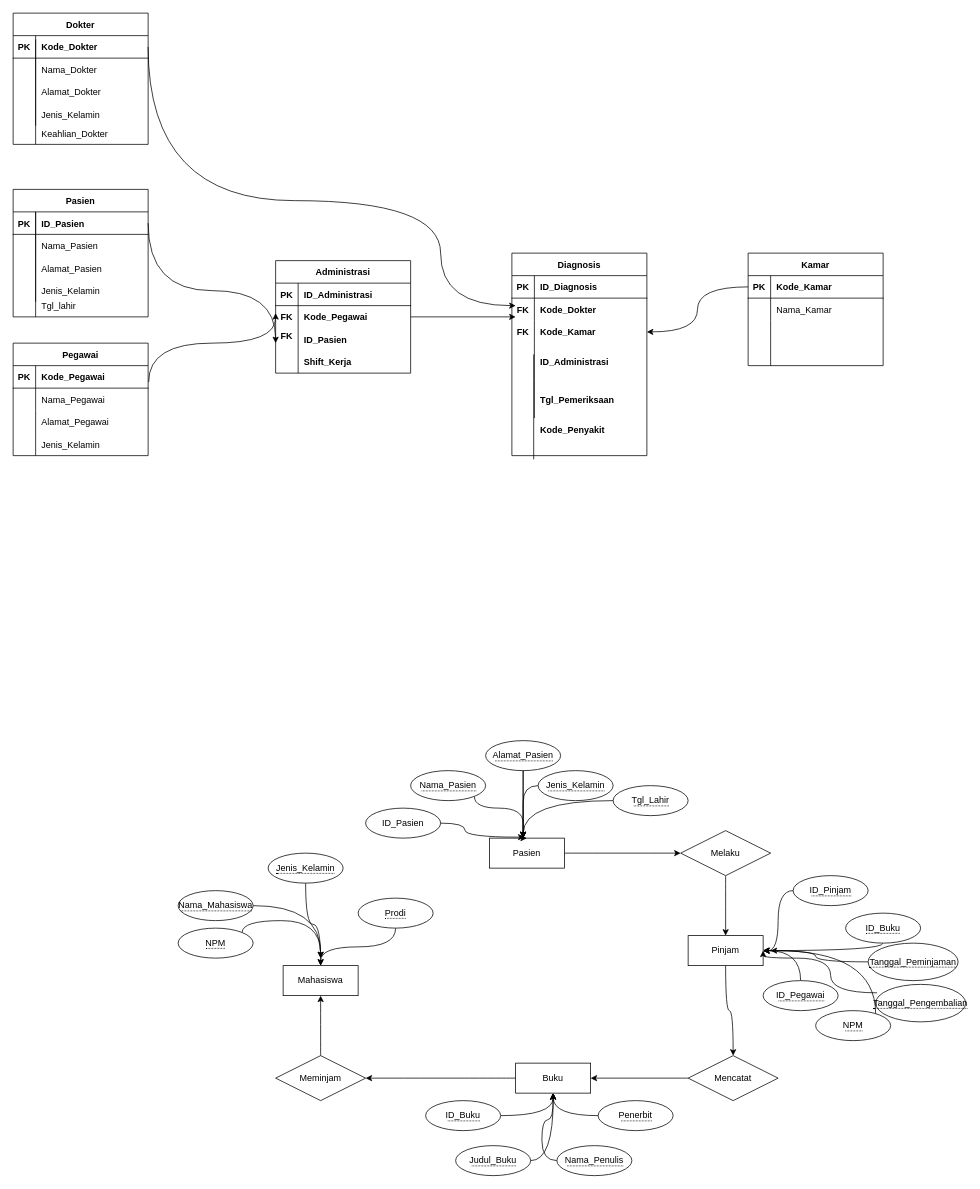
This is Rumah Sakit.drawio from lukmanprasetyo/Business-Model-Canvas-BMC-, a draw.io file, before an edit. Source tidied: cells renumbered, new cells numbered last; positions are measured from the earlier drawing's top-left corner, leaving out a move shared by most shapes. Both pictures are drawn from the tidied source at 75%, with x=0, y=0 at pixel (13, 13).
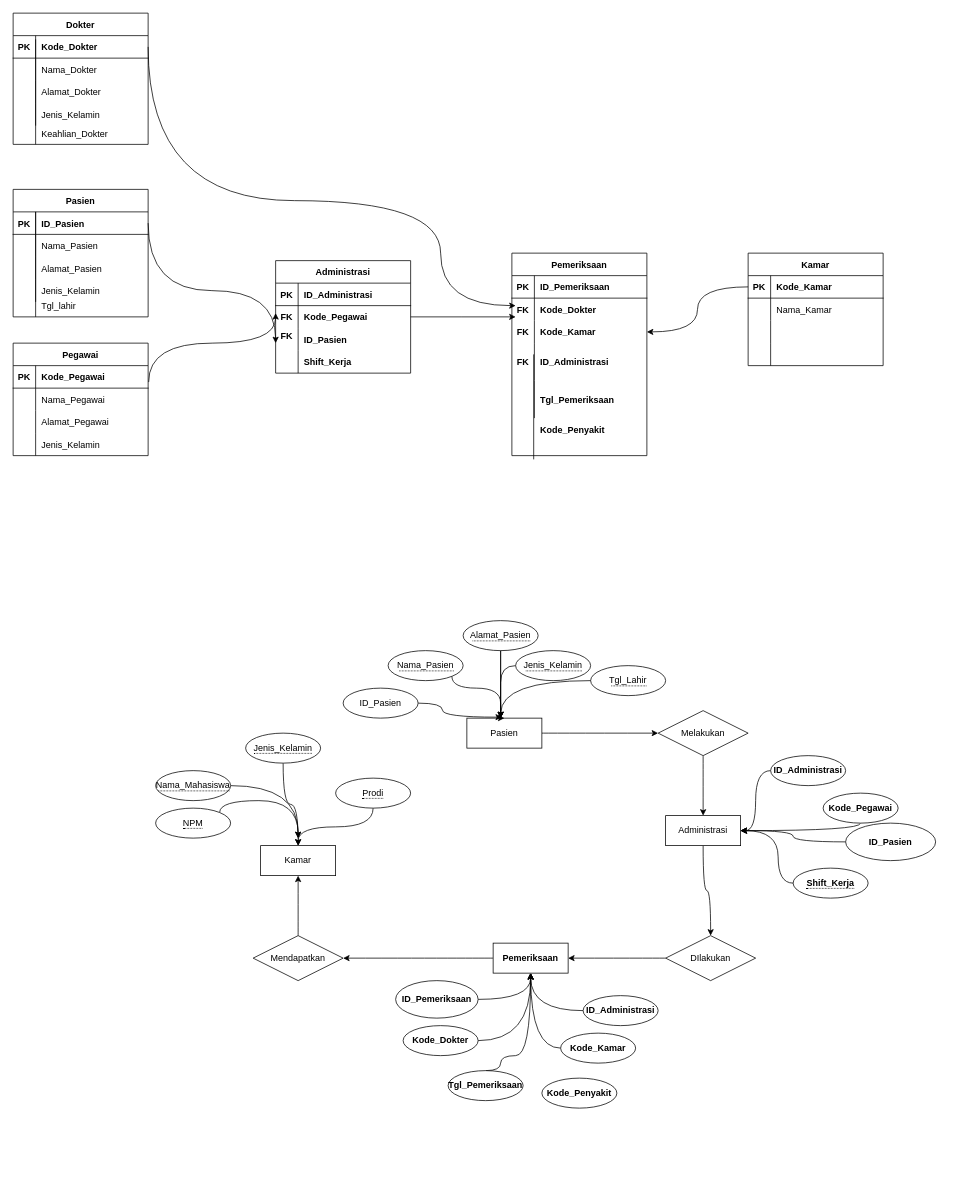
The same diagram, later.

The change refers to these unchanged cells:
```xml
<mxCell id="117" style="shape=tableRow;horizontal=0;startSize=0;swimlaneHead=0;swimlaneBody=0;fillColor=none;top=0;left=0;right=0;bottom=1;" parent="116" vertex="1">
  <mxGeometry y="30" width="180" height="30" as="geometry" />
</mxCell>
```

Change to the diagram source:
```diff
@@
     <mxCell id="31" value="Pasien" style="whiteSpace=wrap;html=1;align=center;" parent="1" vertex="1">
-      <mxGeometry x="635" y="1100" width="100" height="40" as="geometry" />
+      <mxGeometry x="605" y="940" width="100" height="40" as="geometry" />
     </mxCell>
@@
-    <mxCell id="33" value="Pinjam" style="whiteSpace=wrap;html=1;align=center;" parent="1" vertex="1">
-      <mxGeometry x="900" y="1230" width="100" height="40" as="geometry" />
+    <mxCell id="33" value="Administrasi" style="whiteSpace=wrap;html=1;align=center;" parent="1" vertex="1">
+      <mxGeometry x="870" y="1070" width="100" height="40" as="geometry" />
     </mxCell>
@@
-    <mxCell id="35" value="Melaku" style="shape=rhombus;perimeter=rhombusPerimeter;whiteSpace=wrap;html=1;align=center;" parent="1" vertex="1">
-      <mxGeometry x="890" y="1090" width="120" height="60" as="geometry" />
+    <mxCell id="35" value="Melakukan" style="shape=rhombus;perimeter=rhombusPerimeter;whiteSpace=wrap;html=1;align=center;" parent="1" vertex="1">
+      <mxGeometry x="860" y="930" width="120" height="60" as="geometry" />
     </mxCell>
@@
-    <mxCell id="37" value="Buku" style="whiteSpace=wrap;html=1;align=center;" parent="1" vertex="1">
-      <mxGeometry x="670" y="1400" width="100" height="40" as="geometry" />
+    <mxCell id="37" value="&lt;span style=&quot;font-weight: 700;&quot;&gt;Pemeriksaan&lt;/span&gt;" style="whiteSpace=wrap;html=1;align=center;" parent="1" vertex="1">
+      <mxGeometry x="640" y="1240" width="100" height="40" as="geometry" />
     </mxCell>
@@
-    <mxCell id="39" value="Mencatat" style="shape=rhombus;perimeter=rhombusPerimeter;whiteSpace=wrap;html=1;align=center;" parent="1" vertex="1">
-      <mxGeometry x="900" y="1390" width="120" height="60" as="geometry" />
+    <mxCell id="39" value="DIlakukan" style="shape=rhombus;perimeter=rhombusPerimeter;whiteSpace=wrap;html=1;align=center;" parent="1" vertex="1">
+      <mxGeometry x="870" y="1230" width="120" height="60" as="geometry" />
     </mxCell>
@@
-    <mxCell id="41" value="Meminjam" style="shape=rhombus;perimeter=rhombusPerimeter;whiteSpace=wrap;html=1;align=center;" parent="1" vertex="1">
-      <mxGeometry x="350" y="1390" width="120" height="60" as="geometry" />
+    <mxCell id="41" value="Mendapatkan" style="shape=rhombus;perimeter=rhombusPerimeter;whiteSpace=wrap;html=1;align=center;" parent="1" vertex="1">
+      <mxGeometry x="320" y="1230" width="120" height="60" as="geometry" />
     </mxCell>
-    <mxCell id="42" value="Mahasiswa" style="whiteSpace=wrap;html=1;align=center;" parent="1" vertex="1">
-      <mxGeometry x="360" y="1270" width="100" height="40" as="geometry" />
+    <mxCell id="42" value="Kamar" style="whiteSpace=wrap;html=1;align=center;" parent="1" vertex="1">
+      <mxGeometry x="330" y="1110" width="100" height="40" as="geometry" />
     </mxCell>
@@
     <mxCell id="44" value="ID_Pasien" style="ellipse;whiteSpace=wrap;html=1;align=center;" parent="1" vertex="1">
-      <mxGeometry x="470" y="1060" width="100" height="40" as="geometry" />
+      <mxGeometry x="440" y="900" width="100" height="40" as="geometry" />
     </mxCell>
     <mxCell id="45" style="edgeStyle=orthogonalEdgeStyle;curved=1;rounded=0;jettySize=auto;html=1;entryX=0.5;entryY=0;entryDx=0;entryDy=0;" parent="1" edge="1" source="46" target="31">
       <mxGeometry relative="1" as="geometry">
         <Array as="points">
-          <mxPoint x="615" y="1060" />
-          <mxPoint x="680" y="1060" />
-          <mxPoint x="680" y="1100" />
+          <mxPoint x="585" y="900" />
+          <mxPoint x="650" y="900" />
+          <mxPoint x="650" y="940" />
         </Array>
       </mxGeometry>
     </mxCell>
     <mxCell id="46" value="&lt;span style=&quot;border-bottom: 1px dotted&quot;&gt;Nama_Pasien&lt;/span&gt;" style="ellipse;whiteSpace=wrap;html=1;align=center;" parent="1" vertex="1">
-      <mxGeometry x="530" y="1010" width="100" height="40" as="geometry" />
+      <mxGeometry x="500" y="850" width="100" height="40" as="geometry" />
     </mxCell>
     <mxCell id="47" style="edgeStyle=orthogonalEdgeStyle;curved=1;rounded=0;jettySize=auto;html=1;" parent="1" edge="1" source="48">
       <mxGeometry relative="1" as="geometry">
-        <mxPoint x="680" y="1100" as="targetPoint" />
+        <mxPoint x="650" y="940" as="targetPoint" />
       </mxGeometry>
     </mxCell>
     <mxCell id="48" value="&lt;span style=&quot;border-bottom: 1px dotted&quot;&gt;Alamat_Pasien&lt;/span&gt;" style="ellipse;whiteSpace=wrap;html=1;align=center;" parent="1" vertex="1">
-      <mxGeometry x="630" y="970" width="100" height="40" as="geometry" />
+      <mxGeometry x="600" y="810" width="100" height="40" as="geometry" />
     </mxCell>
     <mxCell id="49" style="edgeStyle=orthogonalEdgeStyle;curved=1;rounded=0;jettySize=auto;html=1;" parent="1" edge="1" source="50">
       <mxGeometry relative="1" as="geometry">
-        <mxPoint x="680" y="1100" as="targetPoint" />
+        <mxPoint x="650" y="940" as="targetPoint" />
       </mxGeometry>
     </mxCell>
     <mxCell id="50" value="&lt;span style=&quot;border-bottom: 1px dotted&quot;&gt;Jenis_Kelamin&lt;/span&gt;" style="ellipse;whiteSpace=wrap;html=1;align=center;" parent="1" vertex="1">
-      <mxGeometry x="700" y="1010" width="100" height="40" as="geometry" />
+      <mxGeometry x="670" y="850" width="100" height="40" as="geometry" />
     </mxCell>
     <mxCell id="51" style="edgeStyle=orthogonalEdgeStyle;curved=1;rounded=0;jettySize=auto;html=1;" parent="1" edge="1" source="48">
       <mxGeometry relative="1" as="geometry">
-        <mxPoint x="680" y="1100" as="targetPoint" />
+        <mxPoint x="650" y="940" as="targetPoint" />
       </mxGeometry>
     </mxCell>
@@
-    <mxCell id="53" value="&lt;span style=&quot;border-bottom: 1px dotted&quot;&gt;ID_Pinjam&lt;/span&gt;" style="ellipse;whiteSpace=wrap;html=1;align=center;" parent="1" vertex="1">
-      <mxGeometry x="1040" y="1150" width="100" height="40" as="geometry" />
+    <mxCell id="53" value="&lt;span style=&quot;font-weight: 700; text-align: left;&quot;&gt;ID_Administrasi&lt;/span&gt;" style="ellipse;whiteSpace=wrap;html=1;align=center;" parent="1" vertex="1">
+      <mxGeometry x="1010" y="990" width="100" height="40" as="geometry" />
     </mxCell>
     <mxCell id="54" style="edgeStyle=orthogonalEdgeStyle;curved=1;rounded=0;jettySize=auto;html=1;" parent="1" edge="1" source="55">
       <mxGeometry relative="1" as="geometry">
-        <mxPoint x="1000" y="1250" as="targetPoint" />
+        <mxPoint x="970" y="1090" as="targetPoint" />
         <Array as="points">
-          <mxPoint x="1160" y="1250" />
+          <mxPoint x="1130" y="1090" />
         </Array>
       </mxGeometry>
     </mxCell>
-    <mxCell id="55" value="&lt;span style=&quot;border-bottom: 1px dotted&quot;&gt;ID_Buku&lt;/span&gt;" style="ellipse;whiteSpace=wrap;html=1;align=center;" parent="1" vertex="1">
-      <mxGeometry x="1110" y="1200" width="100" height="40" as="geometry" />
+    <mxCell id="55" value="&lt;span style=&quot;font-weight: 700; text-align: left;&quot;&gt;Kode_Pegawai&lt;/span&gt;" style="ellipse;whiteSpace=wrap;html=1;align=center;" parent="1" vertex="1">
+      <mxGeometry x="1080" y="1040" width="100" height="40" as="geometry" />
     </mxCell>
-    <mxCell id="56" style="edgeStyle=orthogonalEdgeStyle;curved=1;rounded=0;jettySize=auto;html=1;" parent="1" edge="1" source="57">
-      <mxGeometry relative="1" as="geometry">
-        <mxPoint x="1010" y="1250" as="targetPoint" />
-        <Array as="points">
-          <mxPoint x="1150" y="1250" />
-        </Array>
-      </mxGeometry>
-    </mxCell>
-    <mxCell id="57" value="&lt;span style=&quot;border-bottom: 1px dotted&quot;&gt;NPM&lt;/span&gt;" style="ellipse;whiteSpace=wrap;html=1;align=center;" parent="1" vertex="1">
-      <mxGeometry x="1070" y="1330" width="100" height="40" as="geometry" />
-    </mxCell>
     <mxCell id="58" style="edgeStyle=orthogonalEdgeStyle;curved=1;rounded=0;jettySize=auto;html=1;" parent="1" edge="1" source="59">
       <mxGeometry relative="1" as="geometry">
-        <mxPoint x="1000" y="1250" as="targetPoint" />
+        <mxPoint x="970" y="1090" as="targetPoint" />
         <Array as="points">
-          <mxPoint x="1050" y="1250" />
+          <mxPoint x="1020" y="1090" />
         </Array>
       </mxGeometry>
     </mxCell>
-    <mxCell id="59" value="&lt;span style=&quot;border-bottom: 1px dotted&quot;&gt;ID_Pegawai&lt;/span&gt;" style="ellipse;whiteSpace=wrap;html=1;align=center;" parent="1" vertex="1">
-      <mxGeometry x="1000" y="1290" width="100" height="40" as="geometry" />
+    <mxCell id="59" value="&lt;span style=&quot;border-bottom: 1px dotted&quot;&gt;&lt;b&gt;Shift_Kerja&lt;/b&gt;&lt;/span&gt;" style="ellipse;whiteSpace=wrap;html=1;align=center;" parent="1" vertex="1">
+      <mxGeometry x="1040" y="1140" width="100" height="40" as="geometry" />
     </mxCell>
     <mxCell id="60" style="edgeStyle=orthogonalEdgeStyle;curved=1;rounded=0;jettySize=auto;html=1;" parent="1" edge="1" source="61">
       <mxGeometry relative="1" as="geometry">
-        <mxPoint x="720" y="1440" as="targetPoint" />
+        <mxPoint x="690" y="1280" as="targetPoint" />
       </mxGeometry>
     </mxCell>
-    <mxCell id="61" value="&lt;span style=&quot;border-bottom: 1px dotted&quot;&gt;Penerbit&lt;/span&gt;" style="ellipse;whiteSpace=wrap;html=1;align=center;" parent="1" vertex="1">
-      <mxGeometry x="780" y="1450" width="100" height="40" as="geometry" />
+    <mxCell id="61" value="&lt;span style=&quot;font-weight: 700; text-align: left;&quot;&gt;ID_Administrasi&lt;/span&gt;" style="ellipse;whiteSpace=wrap;html=1;align=center;" parent="1" vertex="1">
+      <mxGeometry x="760" y="1310" width="100" height="40" as="geometry" />
     </mxCell>
     <mxCell id="62" style="edgeStyle=orthogonalEdgeStyle;curved=1;rounded=0;jettySize=auto;html=1;" parent="1" edge="1" source="63">
       <mxGeometry relative="1" as="geometry">
-        <mxPoint x="720" y="1440" as="targetPoint" />
+        <mxPoint x="690" y="1280" as="targetPoint" />
       </mxGeometry>
     </mxCell>
-    <mxCell id="63" value="&lt;span style=&quot;border-bottom: 1px dotted&quot;&gt;Judul_Buku&lt;/span&gt;" style="ellipse;whiteSpace=wrap;html=1;align=center;" parent="1" vertex="1">
-      <mxGeometry x="590" y="1510" width="100" height="40" as="geometry" />
+    <mxCell id="63" value="&lt;span style=&quot;font-weight: 700; text-align: left;&quot;&gt;Kode_Dokter&lt;/span&gt;" style="ellipse;whiteSpace=wrap;html=1;align=center;" parent="1" vertex="1">
+      <mxGeometry x="520" y="1350" width="100" height="40" as="geometry" />
     </mxCell>
     <mxCell id="64" style="edgeStyle=orthogonalEdgeStyle;curved=1;rounded=0;jettySize=auto;html=1;" parent="1" edge="1" source="65">
       <mxGeometry relative="1" as="geometry">
-        <mxPoint x="720" y="1440" as="targetPoint" />
+        <mxPoint x="690" y="1280" as="targetPoint" />
       </mxGeometry>
     </mxCell>
-    <mxCell id="65" value="&lt;span style=&quot;border-bottom: 1px dotted&quot;&gt;Nama_Penulis&lt;/span&gt;" style="ellipse;whiteSpace=wrap;html=1;align=center;" parent="1" vertex="1">
-      <mxGeometry x="725" y="1510" width="100" height="40" as="geometry" />
+    <mxCell id="65" value="&lt;span style=&quot;font-weight: 700; text-align: left;&quot;&gt;Kode_Kamar&lt;/span&gt;" style="ellipse;whiteSpace=wrap;html=1;align=center;" parent="1" vertex="1">
+      <mxGeometry x="730" y="1360" width="100" height="40" as="geometry" />
     </mxCell>
@@
-    <mxCell id="67" value="&lt;span style=&quot;border-bottom: 1px dotted&quot;&gt;ID_Buku&lt;/span&gt;" style="ellipse;whiteSpace=wrap;html=1;align=center;" parent="1" vertex="1">
-      <mxGeometry x="550" y="1450" width="100" height="40" as="geometry" />
+    <mxCell id="67" value="&lt;span style=&quot;font-weight: 700; text-align: left;&quot;&gt;ID_Pemeriksaan&lt;/span&gt;" style="ellipse;whiteSpace=wrap;html=1;align=center;" parent="1" vertex="1">
+      <mxGeometry x="510" y="1290" width="110" height="50" as="geometry" />
     </mxCell>
@@
     <mxCell id="69" value="&lt;span style=&quot;border-bottom: 1px dotted&quot;&gt;Prodi&lt;/span&gt;" style="ellipse;whiteSpace=wrap;html=1;align=center;" parent="1" vertex="1">
-      <mxGeometry x="460" y="1180" width="100" height="40" as="geometry" />
+      <mxGeometry x="430" y="1020" width="100" height="40" as="geometry" />
     </mxCell>
@@
     <mxCell id="71" value="&lt;span style=&quot;border-bottom: 1px dotted&quot;&gt;Jenis_Kelamin&lt;/span&gt;" style="ellipse;whiteSpace=wrap;html=1;align=center;" parent="1" vertex="1">
-      <mxGeometry x="340" y="1120" width="100" height="40" as="geometry" />
+      <mxGeometry x="310" y="960" width="100" height="40" as="geometry" />
     </mxCell>
     <mxCell id="72" style="edgeStyle=orthogonalEdgeStyle;curved=1;rounded=0;jettySize=auto;html=1;" parent="1" edge="1" source="73">
       <mxGeometry relative="1" as="geometry">
-        <mxPoint x="410" y="1260" as="targetPoint" />
+        <mxPoint x="380" y="1100" as="targetPoint" />
       </mxGeometry>
     </mxCell>
     <mxCell id="73" value="&lt;span style=&quot;border-bottom: 1px dotted&quot;&gt;Nama_Mahasiswa&lt;/span&gt;" style="ellipse;whiteSpace=wrap;html=1;align=center;" parent="1" vertex="1">
-      <mxGeometry x="220" y="1170" width="100" height="40" as="geometry" />
+      <mxGeometry x="190" y="1010" width="100" height="40" as="geometry" />
     </mxCell>
     <mxCell id="74" style="edgeStyle=orthogonalEdgeStyle;curved=1;rounded=0;jettySize=auto;html=1;exitX=1;exitY=0;exitDx=0;exitDy=0;" parent="1" edge="1" source="75">
       <mxGeometry relative="1" as="geometry">
-        <mxPoint x="410" y="1260" as="targetPoint" />
+        <mxPoint x="380" y="1100" as="targetPoint" />
         <Array as="points">
-          <mxPoint x="305" y="1210" />
-          <mxPoint x="410" y="1210" />
+          <mxPoint x="275" y="1050" />
+          <mxPoint x="380" y="1050" />
         </Array>
       </mxGeometry>
     </mxCell>
     <mxCell id="75" value="&lt;span style=&quot;border-bottom: 1px dotted&quot;&gt;NPM&lt;/span&gt;" style="ellipse;whiteSpace=wrap;html=1;align=center;" parent="1" vertex="1">
-      <mxGeometry x="220" y="1220" width="100" height="40" as="geometry" />
+      <mxGeometry x="190" y="1060" width="100" height="40" as="geometry" />
     </mxCell>
@@
-    <mxCell id="77" value="&lt;span style=&quot;border-bottom: 1px dotted&quot;&gt;Tanggal_Peminjaman&lt;/span&gt;" style="ellipse;whiteSpace=wrap;html=1;align=center;" parent="1" vertex="1">
-      <mxGeometry x="1140" y="1240" width="120" height="50" as="geometry" />
+    <mxCell id="77" value="&lt;span style=&quot;font-weight: 700; text-align: left;&quot;&gt;ID_Pasien&lt;/span&gt;" style="ellipse;whiteSpace=wrap;html=1;align=center;" parent="1" vertex="1">
+      <mxGeometry x="1110" y="1080" width="120" height="50" as="geometry" />
     </mxCell>
-    <mxCell id="78" style="edgeStyle=orthogonalEdgeStyle;curved=1;rounded=0;jettySize=auto;html=1;exitX=0.016;exitY=0.225;exitDx=0;exitDy=0;exitPerimeter=0;" parent="1" edge="1" source="79">
-      <mxGeometry relative="1" as="geometry">
-        <mxPoint x="1000" y="1250" as="targetPoint" />
-        <Array as="points">
-          <mxPoint x="1090" y="1306" />
-          <mxPoint x="1090" y="1260" />
-          <mxPoint x="1000" y="1260" />
-        </Array>
-      </mxGeometry>
-    </mxCell>
-    <mxCell id="79" value="&lt;span style=&quot;border-bottom: 1px dotted&quot;&gt;Tanggal_Pengembalian&lt;/span&gt;" style="ellipse;whiteSpace=wrap;html=1;align=center;" parent="1" vertex="1">
-      <mxGeometry x="1150" y="1295" width="120" height="50" as="geometry" />
-    </mxCell>
@@
     <mxCell id="84" value="&lt;span style=&quot;border-bottom: 1px dotted&quot;&gt;Tgl_Lahir&lt;/span&gt;" style="ellipse;whiteSpace=wrap;html=1;align=center;" parent="1" vertex="1">
-      <mxGeometry x="800" y="1030" width="100" height="40" as="geometry" />
+      <mxGeometry x="770" y="870" width="100" height="40" as="geometry" />
     </mxCell>
     <mxCell id="85" style="edgeStyle=orthogonalEdgeStyle;curved=1;rounded=0;jettySize=auto;html=1;exitX=0;exitY=0.5;exitDx=0;exitDy=0;" parent="1" edge="1" source="84">
       <mxGeometry relative="1" as="geometry">
-        <mxPoint x="680" y="1100" as="targetPoint" />
+        <mxPoint x="650" y="940" as="targetPoint" />
       </mxGeometry>
     </mxCell>
@@
-    <mxCell id="116" value="Diagnosis" style="shape=table;startSize=30;childLayout=tableLayout;rowLines=0;fontStyle=1;align=center;" parent="1" vertex="1">
+    <mxCell id="116" value="Pemeriksaan" style="shape=table;startSize=30;childLayout=tableLayout;rowLines=0;fontStyle=1;align=center;" parent="1" vertex="1">
       <mxGeometry x="665" y="320" width="180" height="270" as="geometry" />
     </mxCell>
@@
-    <mxCell id="119" value="ID_Diagnosis" style="shape=partialRectangle;fillColor=none;top=0;left=0;bottom=0;right=0;align=left;spacingLeft=6;fontStyle=1;overflow=hidden;" parent="117" vertex="1">
+    <mxCell id="119" value="ID_Pemeriksaan" style="shape=partialRectangle;fillColor=none;top=0;left=0;bottom=0;right=0;align=left;spacingLeft=6;fontStyle=1;overflow=hidden;" parent="117" vertex="1">
       <mxGeometry x="30" width="150" height="30" as="geometry" />
     </mxCell>
@@
+    <mxCell id="154" value="FK" style="shape=partialRectangle;fillColor=none;top=0;left=0;bottom=0;right=0;fontStyle=1;overflow=hidden;" parent="1" vertex="1">
+      <mxGeometry x="665" y="450" width="30" height="30" as="geometry" />
+    </mxCell>
+    <mxCell id="155" style="edgeStyle=orthogonalEdgeStyle;curved=1;rounded=0;jettySize=auto;html=1;entryX=0.5;entryY=1;entryDx=0;entryDy=0;exitX=0.5;exitY=0;exitDx=0;exitDy=0;" parent="1" edge="1" source="156" target="37">
+      <mxGeometry relative="1" as="geometry">
+        <Array as="points">
+          <mxPoint x="650" y="1410" />
+          <mxPoint x="650" y="1390" />
+          <mxPoint x="690" y="1390" />
+        </Array>
+      </mxGeometry>
+    </mxCell>
+    <mxCell id="156" value="&lt;span style=&quot;font-weight: 700; text-align: left;&quot;&gt;Tgl_Pemeriksaan&lt;/span&gt;" style="ellipse;whiteSpace=wrap;html=1;align=center;" parent="1" vertex="1">
+      <mxGeometry x="580" y="1410" width="100" height="40" as="geometry" />
+    </mxCell>
+    <mxCell id="157" value="&lt;span style=&quot;font-weight: 700; text-align: left;&quot;&gt;Kode_Penyakit&lt;/span&gt;" style="ellipse;whiteSpace=wrap;html=1;align=center;" parent="1" vertex="1">
+      <mxGeometry x="705" y="1420" width="100" height="40" as="geometry" />
+    </mxCell>
```
